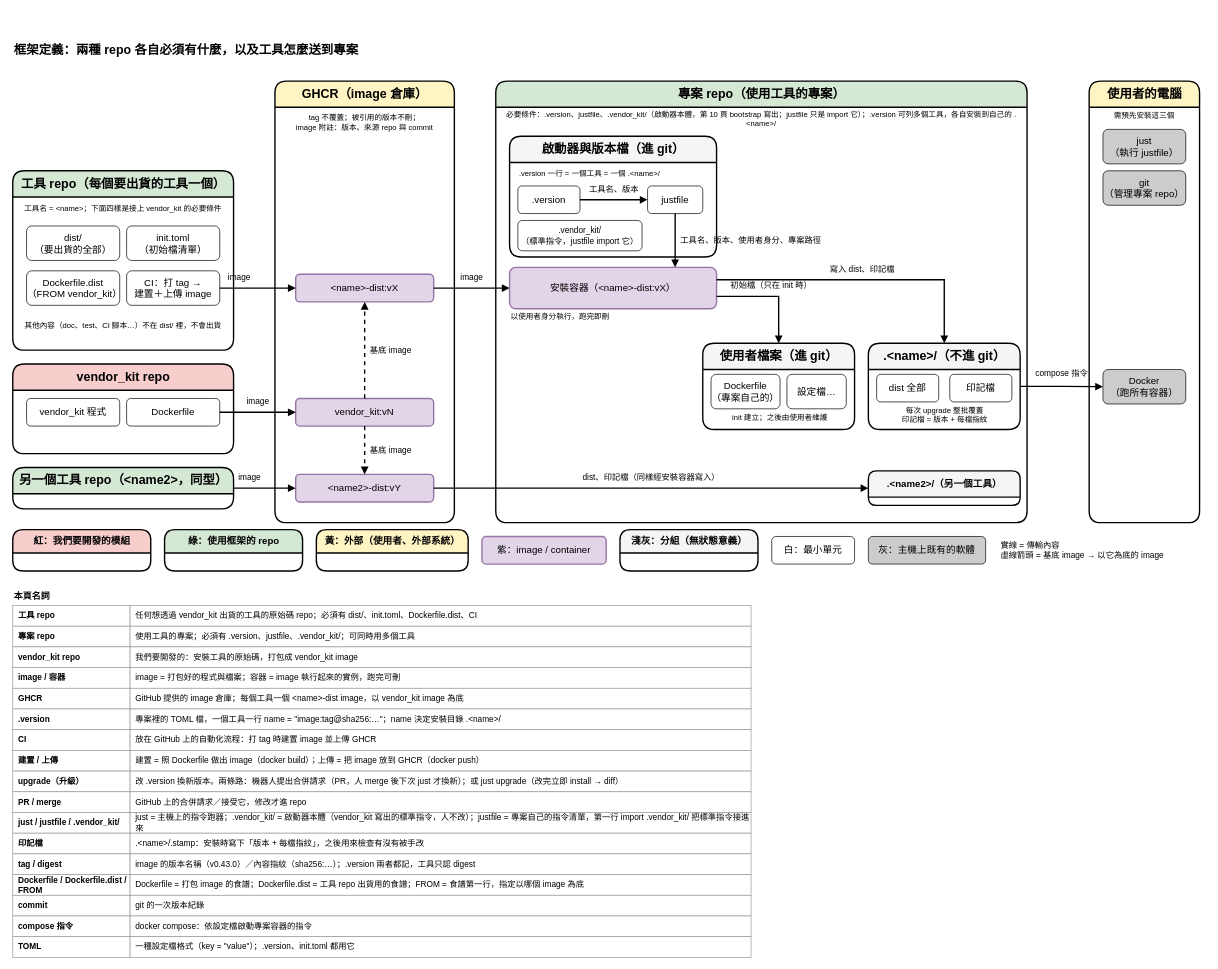
Before: page "2. 框架定義" (2 of 10) of dist_distribution.drawio in ycpss91255-research/vendor_kit, a draw.io diagram. Source tidied: cells renumbered, new cells numbered last; positions are measured from the earlier drawing's top-left corner, leaving out a move shared by most shapes. Both pictures are drawn from the tidied source at 69%, with x=0, y=0 at pixel (12, 39).
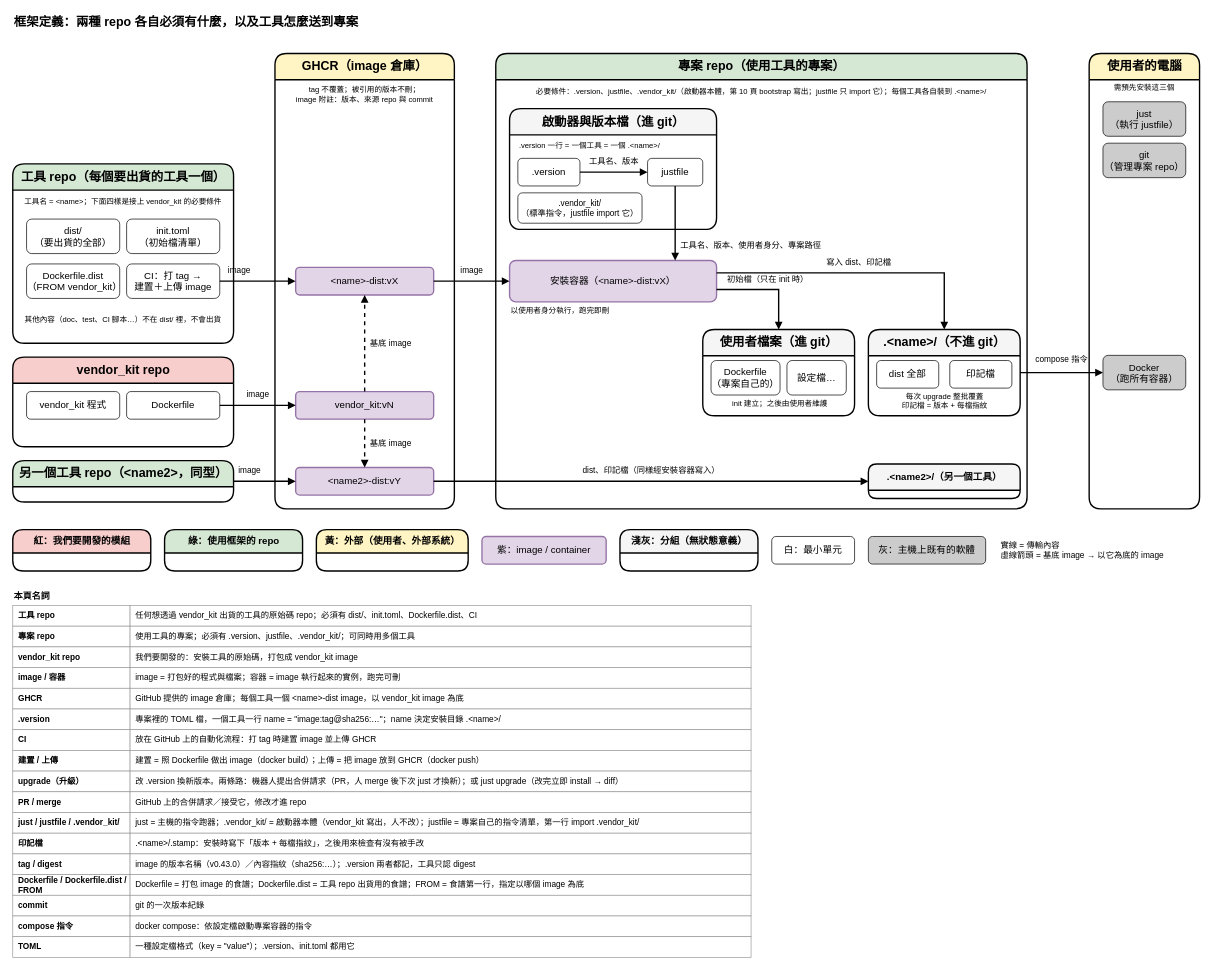
After the change.

The change refers to these unchanged cells:
```xml
<mxCell id="25" value="justfile" style="rounded=1;whiteSpace=wrap;html=1;fillColor=#ffffff;strokeColor=light-dark(#000000,#9577A3);fontSize=14;strokeWidth=1;" parent="21" vertex="1">
  <mxGeometry x="200" y="72" width="80" height="40" as="geometry" />
</mxCell>
```

What changed in the source:
```diff
@@
     <mxCell id="2" value="框架定義：兩種 repo 各自必須有什麼，以及工具怎麼送到專案" style="text;html=1;fontSize=18;fontStyle=1;align=left;verticalAlign=middle;" parent="1" vertex="1">
-      <mxGeometry width="1000" height="30" as="geometry" />
+      <mxGeometry y="-40" width="1000" height="30" as="geometry" />
     </mxCell>
     <mxCell id="3" value="工具 repo（每個要出貨的工具一個）" style="swimlane;html=1;rounded=1;startSize=38;fontStyle=1;fontSize=18;fillColor=#d5e8d4;swimlaneFillColor=#ffffff;strokeColor=#000000;strokeWidth=2;" parent="1" vertex="1">
-      <mxGeometry y="190" width="320" height="260" as="geometry" />
+      <mxGeometry y="180" width="320" height="260" as="geometry" />
     </mxCell>
@@
     <mxCell id="10" value="vendor_kit repo" style="swimlane;html=1;rounded=1;startSize=38;fontStyle=1;fontSize=18;fillColor=#f8cecc;swimlaneFillColor=#ffffff;strokeColor=#000000;strokeWidth=2;" parent="1" vertex="1">
-      <mxGeometry y="470" width="320" height="130" as="geometry" />
+      <mxGeometry y="460" width="320" height="130" as="geometry" />
     </mxCell>
@@
     <mxCell id="13" value="另一個工具 repo（&amp;lt;name2&amp;gt;，同型）" style="swimlane;html=1;rounded=1;startSize=38;fontStyle=1;fontSize=18;fillColor=#d5e8d4;swimlaneFillColor=#ffffff;strokeColor=#000000;strokeWidth=2;" parent="1" vertex="1">
-      <mxGeometry y="620" width="320" height="60" as="geometry" />
+      <mxGeometry y="610" width="320" height="60" as="geometry" />
     </mxCell>
     <mxCell id="14" value="GHCR（image 倉庫）" style="swimlane;html=1;rounded=1;startSize=38;fontStyle=1;fontSize=18;fillColor=#FFF4C3;swimlaneFillColor=#ffffff;strokeColor=#000000;strokeWidth=2;" parent="1" vertex="1">
-      <mxGeometry x="380" y="60" width="260" height="640" as="geometry" />
+      <mxGeometry x="380" y="20" width="260" height="660" as="geometry" />
     </mxCell>
@@
     <mxCell id="16" value="&amp;lt;name&amp;gt;-dist:vX" style="rounded=1;whiteSpace=wrap;html=1;fillColor=#e1d5e7;strokeColor=#9673a6;fontSize=14;strokeWidth=2;" parent="14" vertex="1">
-      <mxGeometry x="30" y="280" width="200" height="40" as="geometry" />
+      <mxGeometry x="30" y="310" width="200" height="40" as="geometry" />
     </mxCell>
     <mxCell id="17" value="vendor_kit:vN" style="rounded=1;whiteSpace=wrap;html=1;fillColor=#e1d5e7;strokeColor=#9673a6;fontSize=14;strokeWidth=2;" parent="14" vertex="1">
-      <mxGeometry x="30" y="460" width="200" height="40" as="geometry" />
+      <mxGeometry x="30" y="490" width="200" height="40" as="geometry" />
     </mxCell>
     <mxCell id="18" value="&amp;lt;name2&amp;gt;-dist:vY" style="rounded=1;whiteSpace=wrap;html=1;fillColor=#e1d5e7;strokeColor=#9673a6;fontSize=14;strokeWidth=2;" parent="14" vertex="1">
-      <mxGeometry x="30" y="570" width="200" height="40" as="geometry" />
+      <mxGeometry x="30" y="600" width="200" height="40" as="geometry" />
     </mxCell>
     <mxCell id="19" value="專案 repo（使用工具的專案）" style="swimlane;html=1;rounded=1;startSize=38;fontStyle=1;fontSize=18;fillColor=#d5e8d4;swimlaneFillColor=#ffffff;strokeColor=#000000;strokeWidth=2;" parent="1" vertex="1">
-      <mxGeometry x="700" y="60" width="770" height="640" as="geometry" />
+      <mxGeometry x="700" y="20" width="770" height="660" as="geometry" />
     </mxCell>
-    <mxCell id="20" value="必要條件：.version、justfile、.vendor_kit/（啟動器本體，第 10 頁 bootstrap 寫出；justfile 只是 import 它）；.version 可列多個工具，各自安裝到自己的 .&amp;lt;name&amp;gt;/" style="text;html=1;whiteSpace=wrap;align=center;verticalAlign=middle;fontSize=11;strokeColor=none;fillColor=none;" parent="19" vertex="1">
+    <mxCell id="20" value="必要條件：.version、justfile、.vendor_kit/（啟動器本體，第 10 頁 bootstrap 寫出；justfile 只 import 它）；每個工具各自裝到 .&amp;lt;name&amp;gt;/" style="text;html=1;whiteSpace=wrap;align=center;verticalAlign=middle;fontSize=11;strokeColor=none;fillColor=none;" parent="19" vertex="1">
       <mxGeometry x="10" y="40" width="750" height="30" as="geometry" />
     </mxCell>
@@
     <mxCell id="26" value="安裝容器（&amp;lt;name&amp;gt;-dist:vX）" style="rounded=1;whiteSpace=wrap;html=1;fillColor=#e1d5e7;strokeColor=#9673a6;fontSize=14;strokeWidth=2;" parent="19" vertex="1">
-      <mxGeometry x="20" y="270" width="300" height="60" as="geometry" />
+      <mxGeometry x="20" y="300" width="300" height="60" as="geometry" />
     </mxCell>
     <mxCell id="27" value="以使用者身分執行，跑完即刪" style="text;html=1;whiteSpace=wrap;align=center;verticalAlign=middle;fontSize=11;strokeColor=none;fillColor=none;align=left;" parent="19" vertex="1">
-      <mxGeometry x="20" y="332" width="200" height="20" as="geometry" />
+      <mxGeometry x="20" y="362" width="200" height="20" as="geometry" />
     </mxCell>
     <mxCell id="28" value="使用者檔案（進 git）" style="swimlane;html=1;rounded=1;startSize=38;fontStyle=1;fontSize=18;fillColor=#f5f5f5;swimlaneFillColor=#ffffff;strokeColor=#000000;strokeWidth=2;" parent="19" vertex="1">
-      <mxGeometry x="300" y="380" width="220" height="125" as="geometry" />
+      <mxGeometry x="300" y="400" width="220" height="125" as="geometry" />
     </mxCell>
@@
     <mxCell id="32" value=".&amp;lt;name&amp;gt;/（不進 git）" style="swimlane;html=1;rounded=1;startSize=38;fontStyle=1;fontSize=18;fillColor=#f5f5f5;swimlaneFillColor=#ffffff;strokeColor=#000000;strokeWidth=2;" parent="19" vertex="1">
-      <mxGeometry x="540" y="380" width="220" height="125" as="geometry" />
+      <mxGeometry x="540" y="400" width="220" height="125" as="geometry" />
     </mxCell>
@@
     <mxCell id="36" value=".&amp;lt;name2&amp;gt;/（另一個工具）" style="swimlane;html=1;rounded=1;startSize=38;fontStyle=1;fontSize=14;fillColor=#f5f5f5;swimlaneFillColor=#ffffff;strokeColor=#000000;strokeWidth=2;" parent="19" vertex="1">
-      <mxGeometry x="540" y="565" width="220" height="50" as="geometry" />
+      <mxGeometry x="540" y="595" width="220" height="50" as="geometry" />
     </mxCell>
     <mxCell id="37" value="使用者的電腦" style="swimlane;html=1;rounded=1;startSize=38;fontStyle=1;fontSize=18;fillColor=#FFF4C3;swimlaneFillColor=#ffffff;strokeColor=#000000;strokeWidth=2;" parent="1" vertex="1">
-      <mxGeometry x="1560" y="60" width="160" height="640" as="geometry" />
+      <mxGeometry x="1560" y="20" width="160" height="660" as="geometry" />
     </mxCell>
@@
     <mxCell id="41" value="Docker&lt;br&gt;（跑所有容器）" style="rounded=1;whiteSpace=wrap;html=1;fillColor=#CCCCCC;strokeColor=light-dark(#000000,#9577A3);fontSize=14;strokeWidth=1;" parent="37" vertex="1">
-      <mxGeometry x="20" y="418" width="120" height="50" as="geometry" />
+      <mxGeometry x="20" y="437.5" width="120" height="50" as="geometry" />
     </mxCell>
@@
     <mxCell id="50" value="工具名、版本、使用者身分、專案路徑" style="edgeStyle=orthogonalEdgeStyle;rounded=0;jettySize=auto;html=1;strokeColor=default;strokeWidth=2;align=center;verticalAlign=bottom;spacingBottom=6;fontFamily=Helvetica;fontSize=12;fontColor=default;labelBorderColor=none;labelBackgroundColor=none;endArrow=block;endFill=1;exitX=0.5;exitY=1;exitDx=0;exitDy=0;entryX=0.8;entryY=0;entryDx=0;entryDy=0;align=left;verticalAlign=middle;spacingLeft=6;spacingBottom=0;" parent="1" edge="1" source="25" target="26">
-      <mxGeometry relative="1" as="geometry" />
+      <mxGeometry x="0.6" relative="1" as="geometry" />
     </mxCell>
@@
-    <mxCell id="84" value="just = 主機上的指令跑器；.vendor_kit/ = 啟動器本體（vendor_kit 寫出的標準指令，人不改）；justfile = 專案自己的指令清單，第一行 import .vendor_kit/ 把標準指令接進來" style="rounded=0;whiteSpace=wrap;html=1;fillColor=#ffffff;strokeColor=#999999;fontSize=12;align=left;spacingLeft=6;strokeWidth=1;" parent="1" vertex="1">
+    <mxCell id="84" value="just = 主機的指令跑器；.vendor_kit/ = 啟動器本體（vendor_kit 寫出，人不改）；justfile = 專案自己的指令清單，第一行 import .vendor_kit/" style="rounded=0;whiteSpace=wrap;html=1;fillColor=#ffffff;strokeColor=#999999;fontSize=12;align=left;spacingLeft=6;strokeWidth=1;" parent="1" vertex="1">
       <mxGeometry x="170" y="1120" width="900" height="30" as="geometry" />
     </mxCell>
```
